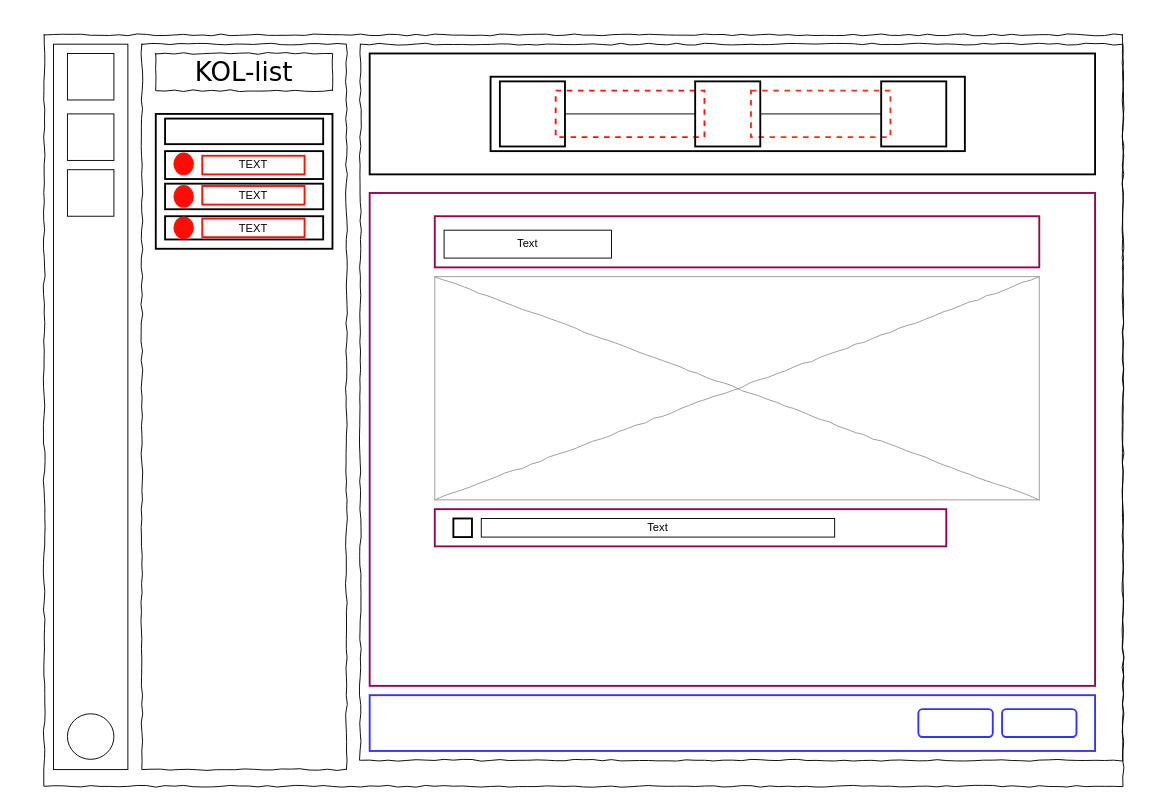
This is Untitled Diagram.drawio from iita71737/KOL-plateform-mockup, a draw.io file, before an edit. Source tidied: cells renumbered, new cells numbered last; positions are measured from the earlier drawing's top-left corner, leaving out a move shared by most shapes. Both pictures are drawn from the tidied source at 93%, with x=0, y=0 at pixel (44, 34).
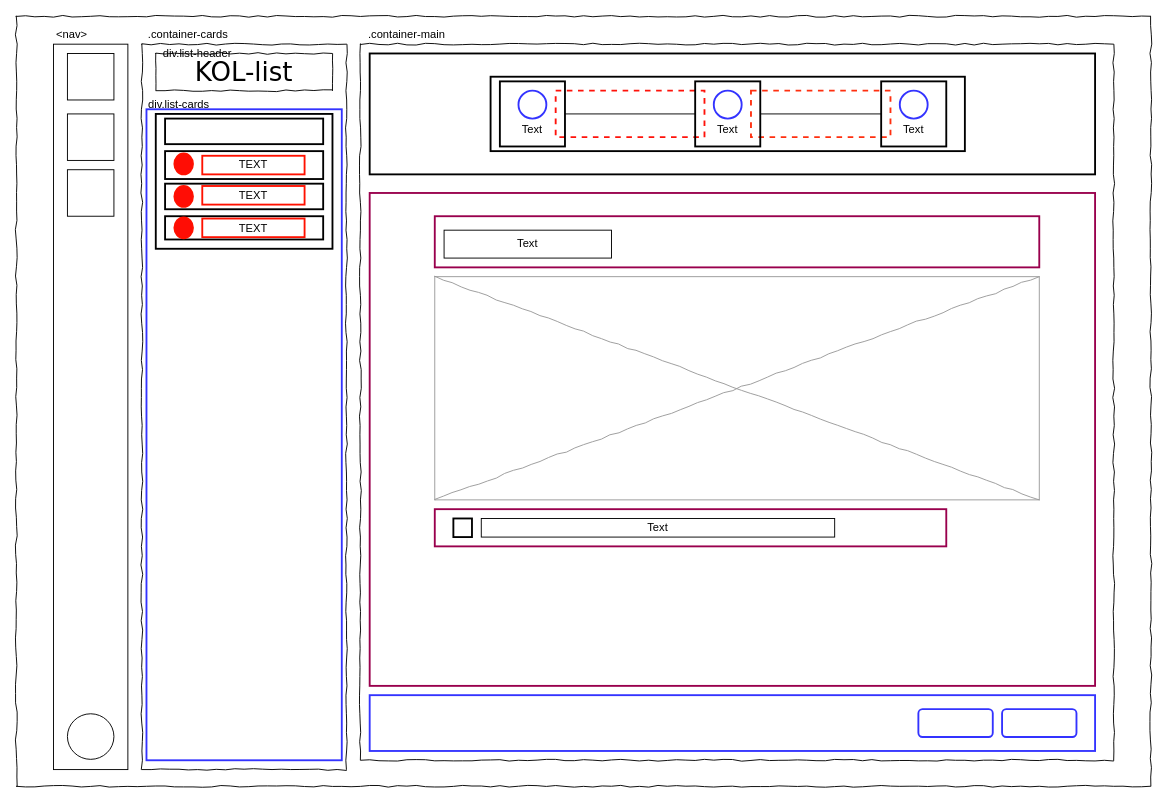
After the change.

What changed in the source:
```diff
@@
     <mxCell id="3" style="whiteSpace=wrap;html=1;rounded=0;shadow=0;labelBackgroundColor=none;strokeColor=#000000;strokeWidth=1;fillColor=none;fontFamily=Verdana;fontSize=12;fontColor=#000000;align=center;comic=1;" parent="1" vertex="1">
-      <mxGeometry width="1160" height="808" as="geometry" />
+      <mxGeometry x="-30" y="-20" width="1220" height="828" as="geometry" />
     </mxCell>
     <mxCell id="4" style="whiteSpace=wrap;html=1;rounded=0;shadow=0;labelBackgroundColor=none;strokeWidth=1;fillColor=none;fontFamily=Verdana;fontSize=12;align=center;comic=1;" parent="1" vertex="1">
-      <mxGeometry x="340" y="10" width="820" height="770" as="geometry" />
+      <mxGeometry x="340" y="10" width="810" height="770" as="geometry" />
     </mxCell>
@@
+    <mxCell id="41" value="Text" style="text;html=1;strokeColor=none;fillColor=none;align=center;verticalAlign=middle;whiteSpace=wrap;rounded=0;" parent="1" vertex="1">
+      <mxGeometry x="500" y="93.8" width="50" height="16.2" as="geometry" />
+    </mxCell>
+    <mxCell id="42" style="ellipse;whiteSpace=wrap;html=1;strokeColor=#3333FF;strokeWidth=2;fillColor=none;" parent="1" vertex="1">
+      <mxGeometry x="510" y="60" width="30" height="30" as="geometry" />
+    </mxCell>
+    <mxCell id="43" value="Text" style="text;html=1;strokeColor=none;fillColor=none;align=center;verticalAlign=middle;whiteSpace=wrap;rounded=0;" parent="1" vertex="1">
+      <mxGeometry x="710" y="93.8" width="50" height="16.2" as="geometry" />
+    </mxCell>
+    <mxCell id="44" style="ellipse;whiteSpace=wrap;html=1;strokeColor=#3333FF;strokeWidth=2;fillColor=none;" parent="1" vertex="1">
+      <mxGeometry x="720" y="60" width="30" height="30" as="geometry" />
+    </mxCell>
+    <mxCell id="45" value="Text" style="text;html=1;strokeColor=none;fillColor=none;align=center;verticalAlign=middle;whiteSpace=wrap;rounded=0;" parent="1" vertex="1">
+      <mxGeometry x="910" y="93.8" width="50" height="16.2" as="geometry" />
+    </mxCell>
+    <mxCell id="46" style="ellipse;whiteSpace=wrap;html=1;strokeColor=#3333FF;strokeWidth=2;fillColor=none;" parent="1" vertex="1">
+      <mxGeometry x="920" y="60" width="30" height="30" as="geometry" />
+    </mxCell>
+    <mxCell id="47" value="&amp;lt;nav&amp;gt;" style="text;html=1;strokeColor=none;fillColor=none;align=center;verticalAlign=middle;whiteSpace=wrap;rounded=0;" parent="1" vertex="1">
+      <mxGeometry x="10" y="-10" width="40" height="20" as="geometry" />
+    </mxCell>
+    <mxCell id="48" value=".container-cards" style="text;html=1;strokeColor=none;fillColor=none;align=center;verticalAlign=middle;whiteSpace=wrap;rounded=0;" parent="1" vertex="1">
+      <mxGeometry x="105" y="-10" width="100" height="20" as="geometry" />
+    </mxCell>
+    <mxCell id="49" value=".container-main" style="text;html=1;strokeColor=none;fillColor=none;align=center;verticalAlign=middle;whiteSpace=wrap;rounded=0;" parent="1" vertex="1">
+      <mxGeometry x="340" y="-10" width="100" height="20" as="geometry" />
+    </mxCell>
+    <mxCell id="50" value="div.list-header" style="rounded=0;whiteSpace=wrap;html=1;strokeWidth=2;fillColor=none;strokeColor=none;" parent="1" vertex="1">
+      <mxGeometry x="105" y="10" width="120" height="20" as="geometry" />
+    </mxCell>
+    <mxCell id="51" value="div.list-cards" style="text;html=1;strokeColor=none;fillColor=none;align=center;verticalAlign=middle;whiteSpace=wrap;rounded=0;" parent="1" vertex="1">
+      <mxGeometry x="105" y="65" width="80" height="20" as="geometry" />
+    </mxCell>
+    <mxCell id="52" style="rounded=0;whiteSpace=wrap;html=1;strokeColor=#3333FF;strokeWidth=2;fillColor=none;" parent="1" vertex="1">
+      <mxGeometry x="110" y="80" width="210" height="700" as="geometry" />
+    </mxCell>
```
